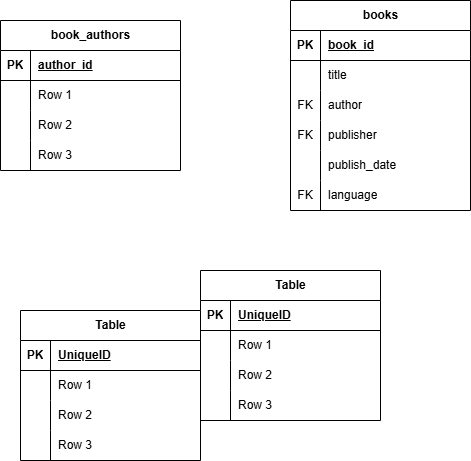
Before: Bookstore_Database.drawio.png, a diagram exported from draw.io (the7thsage376/Bookstore_Database). Source tidied: cells renumbered, new cells last; positions are measured from the earlier drawing's top-left corner, leaving out a move shared by most shapes.
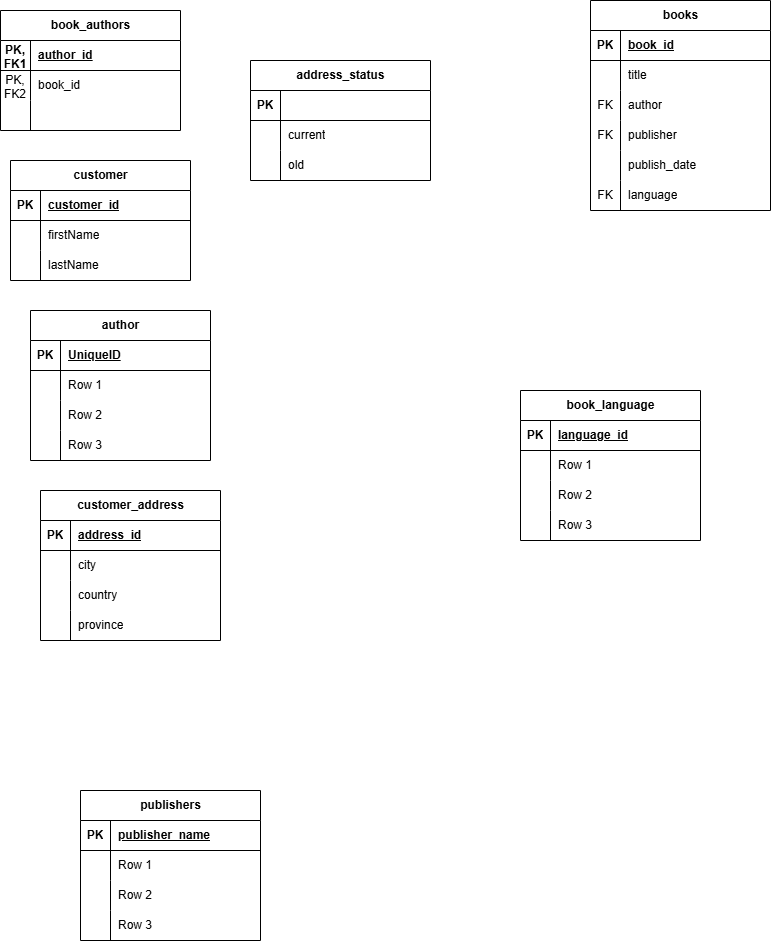
After the change.

What changed in the source:
```diff
@@ -2,8 +2,8 @@
   <root>
     <mxCell id="0" />
     <mxCell id="1" parent="0" />
-    <mxCell id="2" value="Table" style="shape=table;startSize=30;rowLines=0;fontStyle=1;align=center;html=1;" parent="1" vertex="1">
-      <mxGeometry x="200" y="270" width="180" height="150" as="geometry" />
+    <mxCell id="2" value="author" style="shape=table;startSize=30;rowLines=0;fontStyle=1;align=center;html=1;" parent="1" vertex="1">
+      <mxGeometry y="240" width="180" height="150" as="geometry" />
     </mxCell>
     <mxCell id="3" style="shape=tableRow;horizontal=0;startSize=0;swimlaneHead=0;swimlaneBody=0;fillColor=none;top=0;left=0;right=0;bottom=1;" parent="2" vertex="1">
       <mxGeometry y="30" width="180" height="30" as="geometry" />
@@ -41,8 +41,8 @@
     <mxCell id="14" value="Row 3" style="shape=partialRectangle;fillColor=none;top=0;left=0;bottom=0;right=0;align=left;spacingLeft=6;overflow=hidden;whiteSpace=wrap;html=1;" parent="12" vertex="1">
       <mxGeometry x="30" width="150" height="30" as="geometry" />
     </mxCell>
-    <mxCell id="15" value="Table" style="shape=table;startSize=30;rowLines=0;fontStyle=1;align=center;html=1;" parent="1" vertex="1">
-      <mxGeometry x="20" y="310" width="180" height="150" as="geometry" />
+    <mxCell id="15" value="customer" style="shape=table;startSize=30;rowLines=0;fontStyle=1;align=center;html=1;" parent="1" vertex="1">
+      <mxGeometry x="-20" y="90" width="180" height="120" as="geometry" />
     </mxCell>
     <mxCell id="16" style="shape=tableRow;horizontal=0;startSize=0;swimlaneHead=0;swimlaneBody=0;fillColor=none;top=0;left=0;right=0;bottom=1;" parent="15" vertex="1">
       <mxGeometry y="30" width="180" height="30" as="geometry" />
@@ -50,7 +50,7 @@
     <mxCell id="17" value="PK" style="shape=partialRectangle;fillColor=none;top=0;left=0;bottom=0;right=0;fontStyle=1;overflow=hidden;whiteSpace=wrap;html=1;" parent="16" vertex="1">
       <mxGeometry width="30" height="30" as="geometry" />
     </mxCell>
-    <mxCell id="18" value="UniqueID" style="shape=partialRectangle;fillColor=none;top=0;left=0;bottom=0;right=0;align=left;spacingLeft=6;fontStyle=5;overflow=hidden;whiteSpace=wrap;html=1;" parent="16" vertex="1">
+    <mxCell id="18" value="customer_id" style="shape=partialRectangle;fillColor=none;top=0;left=0;bottom=0;right=0;align=left;spacingLeft=6;fontStyle=5;overflow=hidden;whiteSpace=wrap;html=1;" parent="16" vertex="1">
       <mxGeometry x="30" width="150" height="30" as="geometry" />
     </mxCell>
     <mxCell id="19" style="shape=tableRow;horizontal=0;startSize=0;swimlaneHead=0;swimlaneBody=0;fillColor=none;top=0;left=0;right=0;bottom=0;" parent="15" vertex="1">
@@ -59,7 +59,7 @@
     <mxCell id="20" style="shape=partialRectangle;fillColor=none;top=0;left=0;bottom=0;right=0;overflow=hidden;whiteSpace=wrap;html=1;" parent="19" vertex="1">
       <mxGeometry width="30" height="30" as="geometry" />
     </mxCell>
-    <mxCell id="21" value="Row 1" style="shape=partialRectangle;fillColor=none;top=0;left=0;bottom=0;right=0;align=left;spacingLeft=6;overflow=hidden;whiteSpace=wrap;html=1;" parent="19" vertex="1">
+    <mxCell id="21" value="firstName" style="shape=partialRectangle;fillColor=none;top=0;left=0;bottom=0;right=0;align=left;spacingLeft=6;overflow=hidden;whiteSpace=wrap;html=1;" parent="19" vertex="1">
       <mxGeometry x="30" width="150" height="30" as="geometry" />
     </mxCell>
     <mxCell id="22" style="shape=tableRow;horizontal=0;startSize=0;swimlaneHead=0;swimlaneBody=0;fillColor=none;top=0;left=0;right=0;bottom=0;" parent="15" vertex="1">
@@ -68,25 +68,16 @@
     <mxCell id="23" style="shape=partialRectangle;fillColor=none;top=0;left=0;bottom=0;right=0;overflow=hidden;whiteSpace=wrap;html=1;" parent="22" vertex="1">
       <mxGeometry width="30" height="30" as="geometry" />
     </mxCell>
-    <mxCell id="24" value="Row 2" style="shape=partialRectangle;fillColor=none;top=0;left=0;bottom=0;right=0;align=left;spacingLeft=6;overflow=hidden;whiteSpace=wrap;html=1;" parent="22" vertex="1">
+    <mxCell id="24" value="lastName" style="shape=partialRectangle;fillColor=none;top=0;left=0;bottom=0;right=0;align=left;spacingLeft=6;overflow=hidden;whiteSpace=wrap;html=1;" parent="22" vertex="1">
       <mxGeometry x="30" width="150" height="30" as="geometry" />
     </mxCell>
-    <mxCell id="25" style="shape=tableRow;horizontal=0;startSize=0;swimlaneHead=0;swimlaneBody=0;fillColor=none;top=0;left=0;right=0;bottom=0;" parent="15" vertex="1">
-      <mxGeometry y="120" width="180" height="30" as="geometry" />
-    </mxCell>
-    <mxCell id="26" style="shape=partialRectangle;fillColor=none;top=0;left=0;bottom=0;right=0;overflow=hidden;whiteSpace=wrap;html=1;" parent="25" vertex="1">
-      <mxGeometry width="30" height="30" as="geometry" />
-    </mxCell>
-    <mxCell id="27" value="Row 3" style="shape=partialRectangle;fillColor=none;top=0;left=0;bottom=0;right=0;align=left;spacingLeft=6;overflow=hidden;whiteSpace=wrap;html=1;" parent="25" vertex="1">
-      <mxGeometry x="30" width="150" height="30" as="geometry" />
-    </mxCell>
     <mxCell id="28" value="book_authors" style="shape=table;startSize=30;rowLines=0;fontStyle=1;align=center;html=1;" parent="1" vertex="1">
-      <mxGeometry y="20" width="180" height="150" as="geometry" />
+      <mxGeometry x="-30" y="-60" width="180" height="120" as="geometry" />
     </mxCell>
     <mxCell id="29" style="shape=tableRow;horizontal=0;startSize=0;swimlaneHead=0;swimlaneBody=0;fillColor=none;top=0;left=0;right=0;bottom=1;" parent="28" vertex="1">
       <mxGeometry y="30" width="180" height="30" as="geometry" />
     </mxCell>
-    <mxCell id="30" value="PK" style="shape=partialRectangle;fillColor=none;top=0;left=0;bottom=0;right=0;fontStyle=1;overflow=hidden;whiteSpace=wrap;html=1;" parent="29" vertex="1">
+    <mxCell id="30" value="PK, FK1" style="shape=partialRectangle;fillColor=none;top=0;left=0;bottom=0;right=0;fontStyle=1;overflow=hidden;whiteSpace=wrap;html=1;" parent="29" vertex="1">
       <mxGeometry width="30" height="30" as="geometry" />
     </mxCell>
     <mxCell id="31" value="author_id" style="shape=partialRectangle;fillColor=none;top=0;left=0;bottom=0;right=0;align=left;spacingLeft=6;fontStyle=5;overflow=hidden;whiteSpace=wrap;html=1;" parent="29" vertex="1">
@@ -95,10 +86,10 @@
     <mxCell id="32" style="shape=tableRow;horizontal=0;startSize=0;swimlaneHead=0;swimlaneBody=0;fillColor=none;top=0;left=0;right=0;bottom=0;" parent="28" vertex="1">
       <mxGeometry y="60" width="180" height="30" as="geometry" />
     </mxCell>
-    <mxCell id="33" style="shape=partialRectangle;fillColor=none;top=0;left=0;bottom=0;right=0;overflow=hidden;whiteSpace=wrap;html=1;" parent="32" vertex="1">
+    <mxCell id="33" value="PK, FK2" style="shape=partialRectangle;fillColor=none;top=0;left=0;bottom=0;right=0;overflow=hidden;whiteSpace=wrap;html=1;" parent="32" vertex="1">
       <mxGeometry width="30" height="30" as="geometry" />
     </mxCell>
-    <mxCell id="34" value="Row 1" style="shape=partialRectangle;fillColor=none;top=0;left=0;bottom=0;right=0;align=left;spacingLeft=6;overflow=hidden;whiteSpace=wrap;html=1;" parent="32" vertex="1">
+    <mxCell id="34" value="book_id" style="shape=partialRectangle;fillColor=none;top=0;left=0;bottom=0;right=0;align=left;spacingLeft=6;overflow=hidden;whiteSpace=wrap;html=1;" parent="32" vertex="1">
       <mxGeometry x="30" width="150" height="30" as="geometry" />
     </mxCell>
     <mxCell id="35" style="shape=tableRow;horizontal=0;startSize=0;swimlaneHead=0;swimlaneBody=0;fillColor=none;top=0;left=0;right=0;bottom=0;" parent="28" vertex="1">
@@ -107,20 +98,11 @@
     <mxCell id="36" style="shape=partialRectangle;fillColor=none;top=0;left=0;bottom=0;right=0;overflow=hidden;whiteSpace=wrap;html=1;" parent="35" vertex="1">
       <mxGeometry width="30" height="30" as="geometry" />
     </mxCell>
-    <mxCell id="37" value="Row 2" style="shape=partialRectangle;fillColor=none;top=0;left=0;bottom=0;right=0;align=left;spacingLeft=6;overflow=hidden;whiteSpace=wrap;html=1;" parent="35" vertex="1">
+    <mxCell id="37" style="shape=partialRectangle;fillColor=none;top=0;left=0;bottom=0;right=0;align=left;spacingLeft=6;overflow=hidden;whiteSpace=wrap;html=1;" parent="35" vertex="1">
       <mxGeometry x="30" width="150" height="30" as="geometry" />
     </mxCell>
-    <mxCell id="38" style="shape=tableRow;horizontal=0;startSize=0;swimlaneHead=0;swimlaneBody=0;fillColor=none;top=0;left=0;right=0;bottom=0;" parent="28" vertex="1">
-      <mxGeometry y="120" width="180" height="30" as="geometry" />
-    </mxCell>
-    <mxCell id="39" style="shape=partialRectangle;fillColor=none;top=0;left=0;bottom=0;right=0;overflow=hidden;whiteSpace=wrap;html=1;" parent="38" vertex="1">
-      <mxGeometry width="30" height="30" as="geometry" />
-    </mxCell>
-    <mxCell id="40" value="Row 3" style="shape=partialRectangle;fillColor=none;top=0;left=0;bottom=0;right=0;align=left;spacingLeft=6;overflow=hidden;whiteSpace=wrap;html=1;" parent="38" vertex="1">
-      <mxGeometry x="30" width="150" height="30" as="geometry" />
-    </mxCell>
     <mxCell id="41" value="books" style="shape=table;startSize=30;rowLines=0;fontStyle=1;align=center;html=1;" parent="1" vertex="1">
-      <mxGeometry x="290" width="180" height="210" as="geometry" />
+      <mxGeometry x="560" y="-70" width="180" height="210" as="geometry" />
     </mxCell>
     <mxCell id="42" style="shape=tableRow;horizontal=0;startSize=0;swimlaneHead=0;swimlaneBody=0;fillColor=none;top=0;left=0;right=0;bottom=1;" parent="41" vertex="1">
       <mxGeometry y="30" width="180" height="30" as="geometry" />
@@ -176,5 +158,152 @@
     <mxCell id="59" value="language" style="shape=partialRectangle;fillColor=none;top=0;left=0;bottom=0;right=0;align=left;spacingLeft=6;overflow=hidden;whiteSpace=wrap;html=1;" parent="57" vertex="1">
       <mxGeometry x="30" width="150" height="30" as="geometry" />
     </mxCell>
+    <mxCell id="60" value="address_status" style="shape=table;startSize=30;rowLines=0;fontStyle=1;align=center;html=1;" parent="1" vertex="1">
+      <mxGeometry x="220" y="-10" width="180" height="120" as="geometry" />
+    </mxCell>
+    <mxCell id="61" style="shape=tableRow;horizontal=0;startSize=0;swimlaneHead=0;swimlaneBody=0;fillColor=none;top=0;left=0;right=0;bottom=1;" parent="60" vertex="1">
+      <mxGeometry y="30" width="180" height="30" as="geometry" />
+    </mxCell>
+    <mxCell id="62" value="PK" style="shape=partialRectangle;fillColor=none;top=0;left=0;bottom=0;right=0;fontStyle=1;overflow=hidden;whiteSpace=wrap;html=1;" parent="61" vertex="1">
+      <mxGeometry width="30" height="30" as="geometry" />
+    </mxCell>
+    <mxCell id="63" style="shape=partialRectangle;fillColor=none;top=0;left=0;bottom=0;right=0;align=left;spacingLeft=6;fontStyle=5;overflow=hidden;whiteSpace=wrap;html=1;" parent="61" vertex="1">
+      <mxGeometry x="30" width="150" height="30" as="geometry" />
+    </mxCell>
+    <mxCell id="64" style="shape=tableRow;horizontal=0;startSize=0;swimlaneHead=0;swimlaneBody=0;fillColor=none;top=0;left=0;right=0;bottom=0;" parent="60" vertex="1">
+      <mxGeometry y="60" width="180" height="30" as="geometry" />
+    </mxCell>
+    <mxCell id="65" style="shape=partialRectangle;fillColor=none;top=0;left=0;bottom=0;right=0;overflow=hidden;whiteSpace=wrap;html=1;" parent="64" vertex="1">
+      <mxGeometry width="30" height="30" as="geometry" />
+    </mxCell>
+    <mxCell id="66" value="current" style="shape=partialRectangle;fillColor=none;top=0;left=0;bottom=0;right=0;align=left;spacingLeft=6;overflow=hidden;whiteSpace=wrap;html=1;" parent="64" vertex="1">
+      <mxGeometry x="30" width="150" height="30" as="geometry" />
+    </mxCell>
+    <mxCell id="67" style="shape=tableRow;horizontal=0;startSize=0;swimlaneHead=0;swimlaneBody=0;fillColor=none;top=0;left=0;right=0;bottom=0;" parent="60" vertex="1">
+      <mxGeometry y="90" width="180" height="30" as="geometry" />
+    </mxCell>
+    <mxCell id="68" style="shape=partialRectangle;fillColor=none;top=0;left=0;bottom=0;right=0;overflow=hidden;whiteSpace=wrap;html=1;" parent="67" vertex="1">
+      <mxGeometry width="30" height="30" as="geometry" />
+    </mxCell>
+    <mxCell id="69" value="old" style="shape=partialRectangle;fillColor=none;top=0;left=0;bottom=0;right=0;align=left;spacingLeft=6;overflow=hidden;whiteSpace=wrap;html=1;" parent="67" vertex="1">
+      <mxGeometry x="30" width="150" height="30" as="geometry" />
+    </mxCell>
+    <mxCell id="70" value="customer_address" style="shape=table;startSize=30;rowLines=0;fontStyle=1;align=center;html=1;" parent="1" vertex="1">
+      <mxGeometry x="10" y="420" width="180" height="150" as="geometry" />
+    </mxCell>
+    <mxCell id="71" style="shape=tableRow;horizontal=0;startSize=0;swimlaneHead=0;swimlaneBody=0;fillColor=none;top=0;left=0;right=0;bottom=1;" parent="70" vertex="1">
+      <mxGeometry y="30" width="180" height="30" as="geometry" />
+    </mxCell>
+    <mxCell id="72" value="PK" style="shape=partialRectangle;fillColor=none;top=0;left=0;bottom=0;right=0;fontStyle=1;overflow=hidden;whiteSpace=wrap;html=1;" parent="71" vertex="1">
+      <mxGeometry width="30" height="30" as="geometry" />
+    </mxCell>
+    <mxCell id="73" value="address_id" style="shape=partialRectangle;fillColor=none;top=0;left=0;bottom=0;right=0;align=left;spacingLeft=6;fontStyle=5;overflow=hidden;whiteSpace=wrap;html=1;" parent="71" vertex="1">
+      <mxGeometry x="30" width="150" height="30" as="geometry" />
+    </mxCell>
+    <mxCell id="74" style="shape=tableRow;horizontal=0;startSize=0;swimlaneHead=0;swimlaneBody=0;fillColor=none;top=0;left=0;right=0;bottom=0;" parent="70" vertex="1">
+      <mxGeometry y="60" width="180" height="30" as="geometry" />
+    </mxCell>
+    <mxCell id="75" style="shape=partialRectangle;fillColor=none;top=0;left=0;bottom=0;right=0;overflow=hidden;whiteSpace=wrap;html=1;" parent="74" vertex="1">
+      <mxGeometry width="30" height="30" as="geometry" />
+    </mxCell>
+    <mxCell id="76" value="city" style="shape=partialRectangle;fillColor=none;top=0;left=0;bottom=0;right=0;align=left;spacingLeft=6;overflow=hidden;whiteSpace=wrap;html=1;" parent="74" vertex="1">
+      <mxGeometry x="30" width="150" height="30" as="geometry" />
+    </mxCell>
+    <mxCell id="77" style="shape=tableRow;horizontal=0;startSize=0;swimlaneHead=0;swimlaneBody=0;fillColor=none;top=0;left=0;right=0;bottom=0;" parent="70" vertex="1">
+      <mxGeometry y="90" width="180" height="30" as="geometry" />
+    </mxCell>
+    <mxCell id="78" style="shape=partialRectangle;fillColor=none;top=0;left=0;bottom=0;right=0;overflow=hidden;whiteSpace=wrap;html=1;" parent="77" vertex="1">
+      <mxGeometry width="30" height="30" as="geometry" />
+    </mxCell>
+    <mxCell id="79" value="country" style="shape=partialRectangle;fillColor=none;top=0;left=0;bottom=0;right=0;align=left;spacingLeft=6;overflow=hidden;whiteSpace=wrap;html=1;" parent="77" vertex="1">
+      <mxGeometry x="30" width="150" height="30" as="geometry" />
+    </mxCell>
+    <mxCell id="80" style="shape=tableRow;horizontal=0;startSize=0;swimlaneHead=0;swimlaneBody=0;fillColor=none;top=0;left=0;right=0;bottom=0;" parent="70" vertex="1">
+      <mxGeometry y="120" width="180" height="30" as="geometry" />
+    </mxCell>
+    <mxCell id="81" style="shape=partialRectangle;fillColor=none;top=0;left=0;bottom=0;right=0;overflow=hidden;whiteSpace=wrap;html=1;" parent="80" vertex="1">
+      <mxGeometry width="30" height="30" as="geometry" />
+    </mxCell>
+    <mxCell id="82" value="province" style="shape=partialRectangle;fillColor=none;top=0;left=0;bottom=0;right=0;align=left;spacingLeft=6;overflow=hidden;whiteSpace=wrap;html=1;" parent="80" vertex="1">
+      <mxGeometry x="30" width="150" height="30" as="geometry" />
+    </mxCell>
+    <mxCell id="83" value="book_language" style="shape=table;startSize=30;rowLines=0;fontStyle=1;align=center;html=1;" parent="1" vertex="1">
+      <mxGeometry x="490" y="320" width="180" height="150" as="geometry" />
+    </mxCell>
+    <mxCell id="84" style="shape=tableRow;horizontal=0;startSize=0;swimlaneHead=0;swimlaneBody=0;fillColor=none;top=0;left=0;right=0;bottom=1;" parent="83" vertex="1">
+      <mxGeometry y="30" width="180" height="30" as="geometry" />
+    </mxCell>
+    <mxCell id="85" value="PK" style="shape=partialRectangle;fillColor=none;top=0;left=0;bottom=0;right=0;fontStyle=1;overflow=hidden;whiteSpace=wrap;html=1;" parent="84" vertex="1">
+      <mxGeometry width="30" height="30" as="geometry" />
+    </mxCell>
+    <mxCell id="86" value="language_id" style="shape=partialRectangle;fillColor=none;top=0;left=0;bottom=0;right=0;align=left;spacingLeft=6;fontStyle=5;overflow=hidden;whiteSpace=wrap;html=1;" parent="84" vertex="1">
+      <mxGeometry x="30" width="150" height="30" as="geometry" />
+    </mxCell>
+    <mxCell id="87" style="shape=tableRow;horizontal=0;startSize=0;swimlaneHead=0;swimlaneBody=0;fillColor=none;top=0;left=0;right=0;bottom=0;" parent="83" vertex="1">
+      <mxGeometry y="60" width="180" height="30" as="geometry" />
+    </mxCell>
+    <mxCell id="88" style="shape=partialRectangle;fillColor=none;top=0;left=0;bottom=0;right=0;overflow=hidden;whiteSpace=wrap;html=1;" parent="87" vertex="1">
+      <mxGeometry width="30" height="30" as="geometry" />
+    </mxCell>
+    <mxCell id="89" value="Row 1" style="shape=partialRectangle;fillColor=none;top=0;left=0;bottom=0;right=0;align=left;spacingLeft=6;overflow=hidden;whiteSpace=wrap;html=1;" parent="87" vertex="1">
+      <mxGeometry x="30" width="150" height="30" as="geometry" />
+    </mxCell>
+    <mxCell id="90" style="shape=tableRow;horizontal=0;startSize=0;swimlaneHead=0;swimlaneBody=0;fillColor=none;top=0;left=0;right=0;bottom=0;" parent="83" vertex="1">
+      <mxGeometry y="90" width="180" height="30" as="geometry" />
+    </mxCell>
+    <mxCell id="91" style="shape=partialRectangle;fillColor=none;top=0;left=0;bottom=0;right=0;overflow=hidden;whiteSpace=wrap;html=1;" parent="90" vertex="1">
+      <mxGeometry width="30" height="30" as="geometry" />
+    </mxCell>
+    <mxCell id="92" value="Row 2" style="shape=partialRectangle;fillColor=none;top=0;left=0;bottom=0;right=0;align=left;spacingLeft=6;overflow=hidden;whiteSpace=wrap;html=1;" parent="90" vertex="1">
+      <mxGeometry x="30" width="150" height="30" as="geometry" />
+    </mxCell>
+    <mxCell id="93" style="shape=tableRow;horizontal=0;startSize=0;swimlaneHead=0;swimlaneBody=0;fillColor=none;top=0;left=0;right=0;bottom=0;" parent="83" vertex="1">
+      <mxGeometry y="120" width="180" height="30" as="geometry" />
+    </mxCell>
+    <mxCell id="94" style="shape=partialRectangle;fillColor=none;top=0;left=0;bottom=0;right=0;overflow=hidden;whiteSpace=wrap;html=1;" parent="93" vertex="1">
+      <mxGeometry width="30" height="30" as="geometry" />
+    </mxCell>
+    <mxCell id="95" value="Row 3" style="shape=partialRectangle;fillColor=none;top=0;left=0;bottom=0;right=0;align=left;spacingLeft=6;overflow=hidden;whiteSpace=wrap;html=1;" parent="93" vertex="1">
+      <mxGeometry x="30" width="150" height="30" as="geometry" />
+    </mxCell>
+    <mxCell id="96" value="publishers" style="shape=table;startSize=30;rowLines=0;fontStyle=1;align=center;html=1;" parent="1" vertex="1">
+      <mxGeometry x="50" y="720" width="180" height="150" as="geometry" />
+    </mxCell>
+    <mxCell id="97" style="shape=tableRow;horizontal=0;startSize=0;swimlaneHead=0;swimlaneBody=0;fillColor=none;top=0;left=0;right=0;bottom=1;" parent="96" vertex="1">
+      <mxGeometry y="30" width="180" height="30" as="geometry" />
+    </mxCell>
+    <mxCell id="98" value="PK" style="shape=partialRectangle;fillColor=none;top=0;left=0;bottom=0;right=0;fontStyle=1;overflow=hidden;whiteSpace=wrap;html=1;" parent="97" vertex="1">
+      <mxGeometry width="30" height="30" as="geometry" />
+    </mxCell>
+    <mxCell id="99" value="publisher_name" style="shape=partialRectangle;fillColor=none;top=0;left=0;bottom=0;right=0;align=left;spacingLeft=6;fontStyle=5;overflow=hidden;whiteSpace=wrap;html=1;" parent="97" vertex="1">
+      <mxGeometry x="30" width="150" height="30" as="geometry" />
+    </mxCell>
+    <mxCell id="100" style="shape=tableRow;horizontal=0;startSize=0;swimlaneHead=0;swimlaneBody=0;fillColor=none;top=0;left=0;right=0;bottom=0;" parent="96" vertex="1">
+      <mxGeometry y="60" width="180" height="30" as="geometry" />
+    </mxCell>
+    <mxCell id="101" style="shape=partialRectangle;fillColor=none;top=0;left=0;bottom=0;right=0;overflow=hidden;whiteSpace=wrap;html=1;" parent="100" vertex="1">
+      <mxGeometry width="30" height="30" as="geometry" />
+    </mxCell>
+    <mxCell id="102" value="Row 1" style="shape=partialRectangle;fillColor=none;top=0;left=0;bottom=0;right=0;align=left;spacingLeft=6;overflow=hidden;whiteSpace=wrap;html=1;" parent="100" vertex="1">
+      <mxGeometry x="30" width="150" height="30" as="geometry" />
+    </mxCell>
+    <mxCell id="103" style="shape=tableRow;horizontal=0;startSize=0;swimlaneHead=0;swimlaneBody=0;fillColor=none;top=0;left=0;right=0;bottom=0;" parent="96" vertex="1">
+      <mxGeometry y="90" width="180" height="30" as="geometry" />
+    </mxCell>
+    <mxCell id="104" style="shape=partialRectangle;fillColor=none;top=0;left=0;bottom=0;right=0;overflow=hidden;whiteSpace=wrap;html=1;" parent="103" vertex="1">
+      <mxGeometry width="30" height="30" as="geometry" />
+    </mxCell>
+    <mxCell id="105" value="Row 2" style="shape=partialRectangle;fillColor=none;top=0;left=0;bottom=0;right=0;align=left;spacingLeft=6;overflow=hidden;whiteSpace=wrap;html=1;" parent="103" vertex="1">
+      <mxGeometry x="30" width="150" height="30" as="geometry" />
+    </mxCell>
+    <mxCell id="106" style="shape=tableRow;horizontal=0;startSize=0;swimlaneHead=0;swimlaneBody=0;fillColor=none;top=0;left=0;right=0;bottom=0;" parent="96" vertex="1">
+      <mxGeometry y="120" width="180" height="30" as="geometry" />
+    </mxCell>
+    <mxCell id="107" style="shape=partialRectangle;fillColor=none;top=0;left=0;bottom=0;right=0;overflow=hidden;whiteSpace=wrap;html=1;" parent="106" vertex="1">
+      <mxGeometry width="30" height="30" as="geometry" />
+    </mxCell>
+    <mxCell id="108" value="Row 3" style="shape=partialRectangle;fillColor=none;top=0;left=0;bottom=0;right=0;align=left;spacingLeft=6;overflow=hidden;whiteSpace=wrap;html=1;" parent="106" vertex="1">
+      <mxGeometry x="30" width="150" height="30" as="geometry" />
+    </mxCell>
   </root>
 </mxGraphModel>
```
